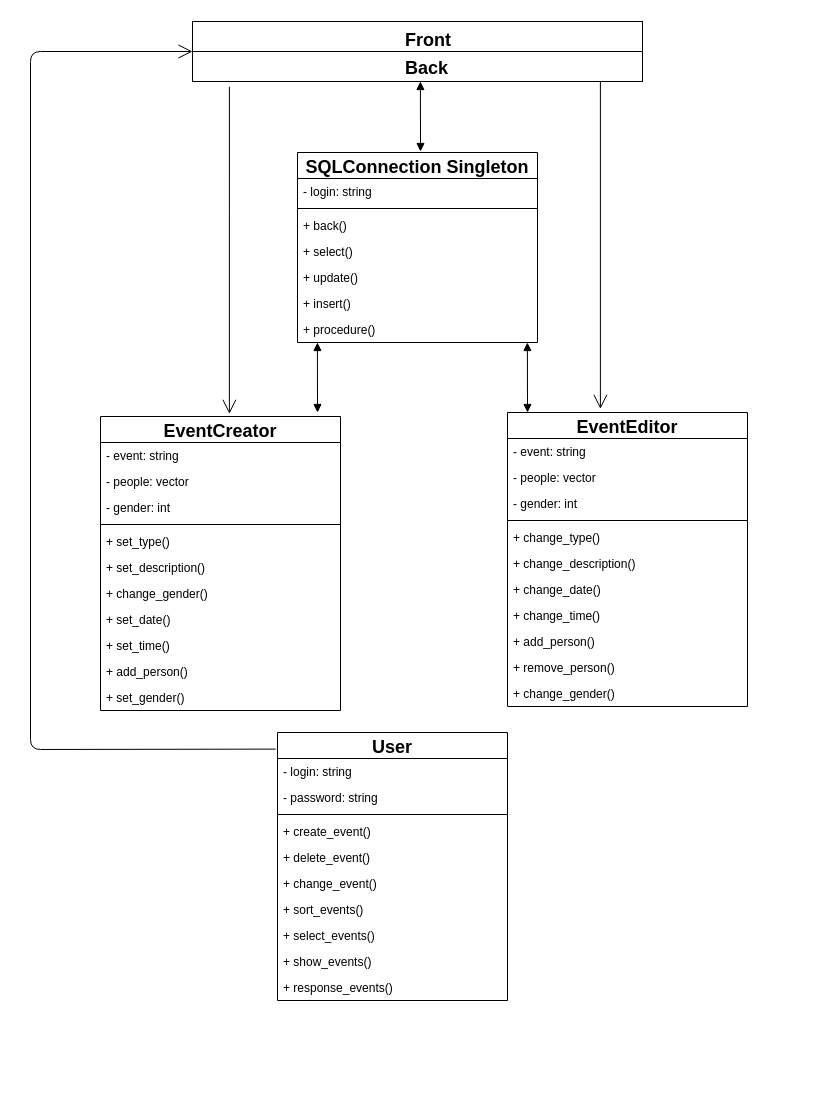
The draw.io diagram Diagramms/Class_diagramm.drawio in AntonElagin/MeetYou, before the edit. Source tidied: cells renumbered, new cells numbered last; positions are measured from the earlier drawing's top-left corner, leaving out a move shared by most shapes. Both pictures are drawn from the tidied source at 100%, with x=0, y=0 at pixel (30, 21).
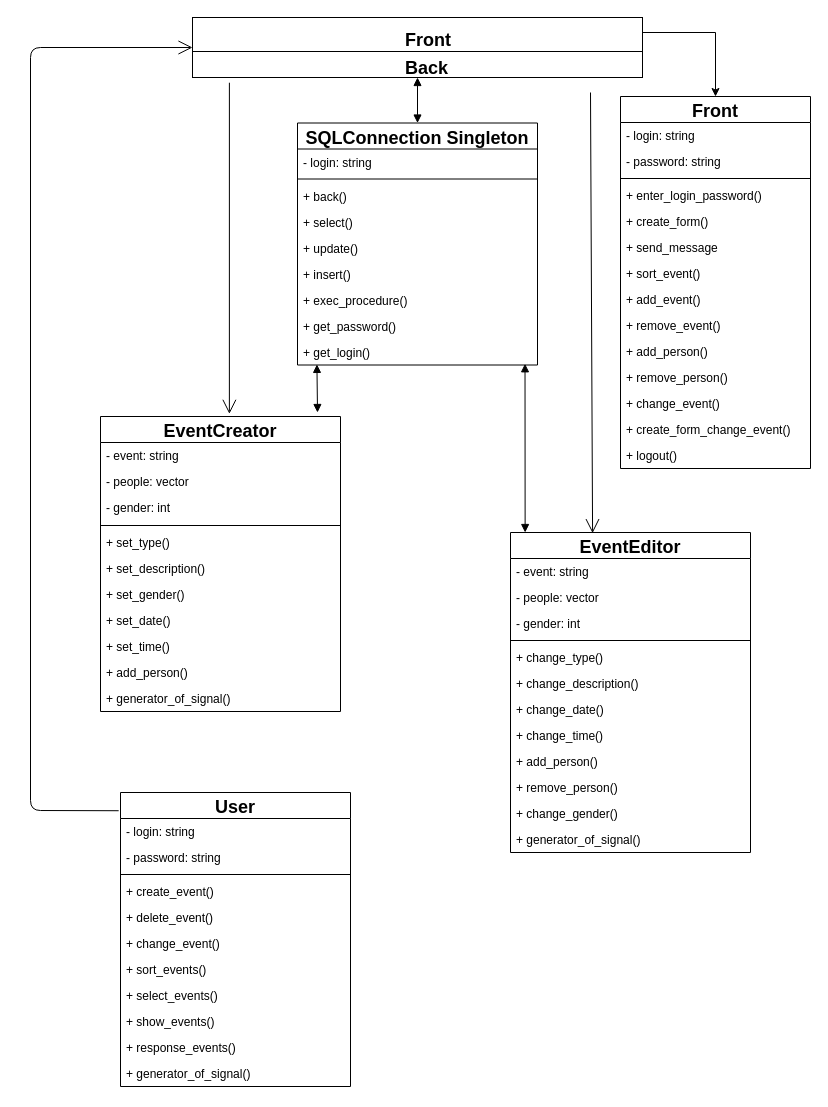
Above is the later version.

Commit message:
corrected diagramm

Change to the diagram source:
```diff
@@
+    <mxCell id="55" style="edgeStyle=orthogonalEdgeStyle;rounded=0;jettySize=auto;html=1;exitX=1;exitY=0.25;exitDx=0;exitDy=0;entryX=0.5;entryY=0;entryDx=0;entryDy=0;" parent="1" edge="1" source="2" target="61">
+      <mxGeometry relative="1" as="geometry" />
+    </mxCell>
     <mxCell id="2" style="html=1;" parent="1" vertex="1">
-      <mxGeometry x="162" width="450" height="60" as="geometry" />
+      <mxGeometry x="162" y="-4" width="450" height="60" as="geometry" />
     </mxCell>
@@
     <mxCell id="6" value="SQLConnection Singleton" style="swimlane;fontStyle=1;horizontal=1;startSize=26;fillColor=none;fontSize=18;" parent="1" vertex="1">
-      <mxGeometry x="267" y="131" width="240" height="190" as="geometry" />
+      <mxGeometry x="267" y="101.5" width="240" height="242" as="geometry" />
     </mxCell>
@@
-    <mxCell id="13" value="+ procedure()" style="text;strokeColor=none;fillColor=none;align=left;verticalAlign=top;spacingLeft=4;spacingRight=4;overflow=hidden;points=[[0,0.5],[1,0.5]];portConstraint=eastwest;" parent="6" vertex="1">
+    <mxCell id="13" value="+ exec_procedure()" style="text;strokeColor=none;fillColor=none;align=left;verticalAlign=top;spacingLeft=4;spacingRight=4;overflow=hidden;points=[[0,0.5],[1,0.5]];portConstraint=eastwest;" parent="6" vertex="1">
       <mxGeometry y="164" width="240" height="26" as="geometry" />
     </mxCell>
+    <mxCell id="56" value="+ get_password()" style="text;strokeColor=none;fillColor=none;align=left;verticalAlign=top;spacingLeft=4;spacingRight=4;overflow=hidden;" parent="6" vertex="1">
+      <mxGeometry y="190" width="240" height="26" as="geometry" />
+    </mxCell>
+    <mxCell id="57" value="+ get_login()" style="text;strokeColor=none;fillColor=none;align=left;verticalAlign=top;spacingLeft=4;spacingRight=4;overflow=hidden;points=[[0,0.5],[1,0.5]];portConstraint=eastwest;" parent="6" vertex="1">
+      <mxGeometry y="216" width="240" height="26" as="geometry" />
+    </mxCell>
     <mxCell id="14" value="EventEditor" style="swimlane;fontStyle=1;horizontal=1;startSize=26;fillColor=none;fontSize=18;" parent="1" vertex="1">
-      <mxGeometry x="477" y="391" width="240" height="294" as="geometry" />
+      <mxGeometry x="480" y="511" width="240" height="320" as="geometry" />
     </mxCell>
@@
+    <mxCell id="58" value="+ generator_of_signal()" style="text;strokeColor=none;fillColor=none;align=left;verticalAlign=top;spacingLeft=4;spacingRight=4;overflow=hidden;" parent="14" vertex="1">
+      <mxGeometry y="294" width="240" height="26" as="geometry" />
+    </mxCell>
     <mxCell id="26" value="User" style="swimlane;fontStyle=1;horizontal=1;startSize=26;fillColor=none;fontSize=18;" parent="1" vertex="1">
-      <mxGeometry x="247" y="711" width="230" height="268" as="geometry" />
+      <mxGeometry x="90" y="771" width="230" height="294" as="geometry" />
     </mxCell>
@@
+    <mxCell id="59" value="+ generator_of_signal()" style="text;strokeColor=none;fillColor=none;align=left;verticalAlign=top;spacingLeft=4;spacingRight=4;overflow=hidden;" parent="26" vertex="1">
+      <mxGeometry y="268" width="230" height="26" as="geometry" />
+    </mxCell>
     <mxCell id="37" value="EventCreator" style="swimlane;fontStyle=1;horizontal=1;startSize=26;fillColor=none;fontSize=18;" parent="1" vertex="1">
-      <mxGeometry x="70" y="395" width="240" height="294" as="geometry" />
+      <mxGeometry x="70" y="395" width="240" height="295" as="geometry" />
     </mxCell>
@@
     <mxCell id="40" value="- gender: int" style="text;strokeColor=none;fillColor=none;align=left;verticalAlign=top;spacingLeft=4;spacingRight=4;overflow=hidden;" parent="37" vertex="1">
-      <mxGeometry y="78" width="240" height="26" as="geometry" />
+      <mxGeometry y="78" width="240" height="27" as="geometry" />
     </mxCell>
     <mxCell id="41" style="line;strokeWidth=1;fillColor=none;align=left;verticalAlign=middle;spacingTop=-1;spacingLeft=3;spacingRight=3;labelPosition=right;fontSize=18;" parent="37" vertex="1">
-      <mxGeometry y="104" width="240" height="8" as="geometry" />
+      <mxGeometry y="105" width="240" height="8" as="geometry" />
     </mxCell>
     <mxCell id="42" value="+ set_type()" style="text;strokeColor=none;fillColor=none;align=left;verticalAlign=top;spacingLeft=4;spacingRight=4;overflow=hidden;" parent="37" vertex="1">
-      <mxGeometry y="112" width="240" height="26" as="geometry" />
+      <mxGeometry y="113" width="240" height="26" as="geometry" />
     </mxCell>
     <mxCell id="43" value="+ set_description()" style="text;strokeColor=none;fillColor=none;align=left;verticalAlign=top;spacingLeft=4;spacingRight=4;overflow=hidden;" parent="37" vertex="1">
-      <mxGeometry y="138" width="240" height="26" as="geometry" />
+      <mxGeometry y="139" width="240" height="26" as="geometry" />
     </mxCell>
-    <mxCell id="44" value="+ change_gender()" style="text;strokeColor=none;fillColor=none;align=left;verticalAlign=top;spacingLeft=4;spacingRight=4;overflow=hidden;" parent="37" vertex="1">
-      <mxGeometry y="164" width="240" height="26" as="geometry" />
+    <mxCell id="44" value="+ set_gender()" style="text;strokeColor=none;fillColor=none;align=left;verticalAlign=top;spacingLeft=4;spacingRight=4;overflow=hidden;" parent="37" vertex="1">
+      <mxGeometry y="165" width="240" height="26" as="geometry" />
     </mxCell>
     <mxCell id="45" value="+ set_date()" style="text;strokeColor=none;fillColor=none;align=left;verticalAlign=top;spacingLeft=4;spacingRight=4;overflow=hidden;" parent="37" vertex="1">
-      <mxGeometry y="190" width="240" height="26" as="geometry" />
+      <mxGeometry y="191" width="240" height="26" as="geometry" />
     </mxCell>
     <mxCell id="46" value="+ set_time()" style="text;strokeColor=none;fillColor=none;align=left;verticalAlign=top;spacingLeft=4;spacingRight=4;overflow=hidden;" parent="37" vertex="1">
-      <mxGeometry y="216" width="240" height="26" as="geometry" />
+      <mxGeometry y="217" width="240" height="26" as="geometry" />
     </mxCell>
     <mxCell id="47" value="+ add_person()" style="text;strokeColor=none;fillColor=none;align=left;verticalAlign=top;spacingLeft=4;spacingRight=4;overflow=hidden;" parent="37" vertex="1">
-      <mxGeometry y="242" width="240" height="26" as="geometry" />
+      <mxGeometry y="243" width="240" height="26" as="geometry" />
     </mxCell>
-    <mxCell id="48" value="+ set_gender()" style="text;strokeColor=none;fillColor=none;align=left;verticalAlign=top;spacingLeft=4;spacingRight=4;overflow=hidden;" parent="37" vertex="1">
-      <mxGeometry y="268" width="240" height="26" as="geometry" />
-    </mxCell>
+    <mxCell id="60" value="+ generator_of_signal()" style="text;strokeColor=none;fillColor=none;align=left;verticalAlign=top;spacingLeft=4;spacingRight=4;overflow=hidden;" parent="37" vertex="1">
+      <mxGeometry y="269" width="240" height="26" as="geometry" />
+    </mxCell>
-    <mxCell id="49" style="endArrow=block;startArrow=block;endFill=1;startFill=1;html=1;fontSize=18;entryX=0.083;entryY=1;entryDx=0;entryDy=0;entryPerimeter=0;" parent="1" edge="1" target="13">
+    <mxCell id="49" style="endArrow=block;startArrow=block;endFill=1;startFill=1;html=1;fontSize=18;entryX=0.081;entryY=0.977;entryDx=0;entryDy=0;entryPerimeter=0;" parent="1" edge="1" target="57">
       <mxGeometry relative="1" as="geometry">
         <mxPoint x="287" y="391" as="sourcePoint" />
       </mxGeometry>
     </mxCell>
-    <mxCell id="50" style="endArrow=block;startArrow=block;endFill=1;startFill=1;html=1;fontSize=18;entryX=0.083;entryY=1;entryDx=0;entryDy=0;entryPerimeter=0;" parent="1" edge="1">
-      <mxGeometry relative="1" as="geometry">
-        <mxPoint x="497" y="391" as="sourcePoint" />
-        <mxPoint x="496.9" y="321" as="targetPoint" />
-      </mxGeometry>
+    <mxCell id="50" style="endArrow=block;startArrow=block;endFill=1;startFill=1;html=1;fontSize=18;entryX=0.948;entryY=0.954;entryDx=0;entryDy=0;entryPerimeter=0;exitX=0.061;exitY=0;exitDx=0;exitDy=0;exitPerimeter=0;" parent="1" edge="1" source="14" target="57">
+      <mxGeometry relative="1" as="geometry" />
     </mxCell>
-    <mxCell id="51" style="endArrow=block;startArrow=block;endFill=1;startFill=1;html=1;fontSize=18;entryX=0.083;entryY=1;entryDx=0;entryDy=0;entryPerimeter=0;" parent="1" edge="1">
-      <mxGeometry relative="1" as="geometry">
-        <mxPoint x="390" y="130" as="sourcePoint" />
-        <mxPoint x="389.9" y="60" as="targetPoint" />
-      </mxGeometry>
+    <mxCell id="51" style="endArrow=block;startArrow=block;endFill=1;startFill=1;html=1;fontSize=18;entryX=0.5;entryY=1;entryDx=0;entryDy=0;exitX=0.5;exitY=0;exitDx=0;exitDy=0;" parent="1" edge="1" source="6" target="2">
+      <mxGeometry relative="1" as="geometry" />
     </mxCell>
@@
-    <mxCell id="53" style="endArrow=open;endFill=1;endSize=12;html=1;fontSize=18;exitX=0.082;exitY=1.087;exitDx=0;exitDy=0;exitPerimeter=0;entryX=0.537;entryY=-0.009;entryDx=0;entryDy=0;entryPerimeter=0;" parent="1" edge="1">
+    <mxCell id="53" style="endArrow=open;endFill=1;endSize=12;html=1;fontSize=18;entryX=0.342;entryY=0.002;entryDx=0;entryDy=0;entryPerimeter=0;" parent="1" edge="1" target="14">
       <mxGeometry relative="1" as="geometry">
-        <mxPoint x="569.9" y="60.2" as="sourcePoint" />
-        <mxPoint x="569.9" y="387.4" as="targetPoint" />
+        <mxPoint x="560" y="71" as="sourcePoint" />
       </mxGeometry>
     </mxCell>
     <mxCell id="54" style="endArrow=open;endFill=1;endSize=12;html=1;fontSize=18;exitX=-0.008;exitY=0.062;exitDx=0;exitDy=0;exitPerimeter=0;entryX=0;entryY=0.5;entryDx=0;entryDy=0;" parent="1" edge="1" source="26" target="2">
       <mxGeometry relative="1" as="geometry">
         <Array as="points">
-          <mxPoint y="728" />
-          <mxPoint y="30" />
+          <mxPoint y="789" />
+          <mxPoint y="26" />
         </Array>
       </mxGeometry>
     </mxCell>
+    <mxCell id="61" value="Front" style="swimlane;fontStyle=1;horizontal=1;startSize=26;fillColor=none;fontSize=18;" parent="1" vertex="1">
+      <mxGeometry x="590" y="75" width="190" height="372" as="geometry" />
+    </mxCell>
+    <mxCell id="62" value="- login: string" style="text;strokeColor=none;fillColor=none;align=left;verticalAlign=top;spacingLeft=4;spacingRight=4;overflow=hidden;" parent="61" vertex="1">
+      <mxGeometry y="26" width="190" height="26" as="geometry" />
+    </mxCell>
+    <mxCell id="63" value="- password: string" style="text;strokeColor=none;fillColor=none;align=left;verticalAlign=top;spacingLeft=4;spacingRight=4;overflow=hidden;" parent="61" vertex="1">
+      <mxGeometry y="52" width="190" height="26" as="geometry" />
+    </mxCell>
+    <mxCell id="64" style="line;strokeWidth=1;fillColor=none;align=left;verticalAlign=middle;spacingTop=-1;spacingLeft=3;spacingRight=3;labelPosition=right;fontSize=18;" parent="61" vertex="1">
+      <mxGeometry y="78" width="190" height="8" as="geometry" />
+    </mxCell>
+    <mxCell id="65" value="+ enter_login_password()" style="text;strokeColor=none;fillColor=none;align=left;verticalAlign=top;spacingLeft=4;spacingRight=4;overflow=hidden;" parent="61" vertex="1">
+      <mxGeometry y="86" width="190" height="26" as="geometry" />
+    </mxCell>
+    <mxCell id="66" value="+ create_form()" style="text;strokeColor=none;fillColor=none;align=left;verticalAlign=top;spacingLeft=4;spacingRight=4;overflow=hidden;" parent="61" vertex="1">
+      <mxGeometry y="112" width="190" height="26" as="geometry" />
+    </mxCell>
+    <mxCell id="67" value="+ send_message" style="text;strokeColor=none;fillColor=none;align=left;verticalAlign=top;spacingLeft=4;spacingRight=4;overflow=hidden;" parent="61" vertex="1">
+      <mxGeometry y="138" width="190" height="26" as="geometry" />
+    </mxCell>
+    <mxCell id="68" value="+ sort_event()" style="text;strokeColor=none;fillColor=none;align=left;verticalAlign=top;spacingLeft=4;spacingRight=4;overflow=hidden;" parent="61" vertex="1">
+      <mxGeometry y="164" width="190" height="26" as="geometry" />
+    </mxCell>
+    <mxCell id="69" value="+ add_event()" style="text;strokeColor=none;fillColor=none;align=left;verticalAlign=top;spacingLeft=4;spacingRight=4;overflow=hidden;" parent="61" vertex="1">
+      <mxGeometry y="190" width="190" height="26" as="geometry" />
+    </mxCell>
+    <mxCell id="70" value="+ remove_event()" style="text;strokeColor=none;fillColor=none;align=left;verticalAlign=top;spacingLeft=4;spacingRight=4;overflow=hidden;" parent="61" vertex="1">
+      <mxGeometry y="216" width="190" height="26" as="geometry" />
+    </mxCell>
+    <mxCell id="71" value="+ add_person()" style="text;strokeColor=none;fillColor=none;align=left;verticalAlign=top;spacingLeft=4;spacingRight=4;overflow=hidden;" parent="61" vertex="1">
+      <mxGeometry y="242" width="190" height="26" as="geometry" />
+    </mxCell>
+    <mxCell id="72" value="+ remove_person()" style="text;strokeColor=none;fillColor=none;align=left;verticalAlign=top;spacingLeft=4;spacingRight=4;overflow=hidden;" parent="61" vertex="1">
+      <mxGeometry y="268" width="190" height="26" as="geometry" />
+    </mxCell>
+    <mxCell id="73" value="+ change_event()" style="text;strokeColor=none;fillColor=none;align=left;verticalAlign=top;spacingLeft=4;spacingRight=4;overflow=hidden;" parent="61" vertex="1">
+      <mxGeometry y="294" width="190" height="26" as="geometry" />
+    </mxCell>
+    <mxCell id="74" value="+ create_form_change_event()" style="text;strokeColor=none;fillColor=none;align=left;verticalAlign=top;spacingLeft=4;spacingRight=4;overflow=hidden;" parent="61" vertex="1">
+      <mxGeometry y="320" width="190" height="26" as="geometry" />
+    </mxCell>
+    <mxCell id="75" value="+ logout()" style="text;strokeColor=none;fillColor=none;align=left;verticalAlign=top;spacingLeft=4;spacingRight=4;overflow=hidden;" parent="61" vertex="1">
+      <mxGeometry y="346" width="190" height="26" as="geometry" />
+    </mxCell>
```
